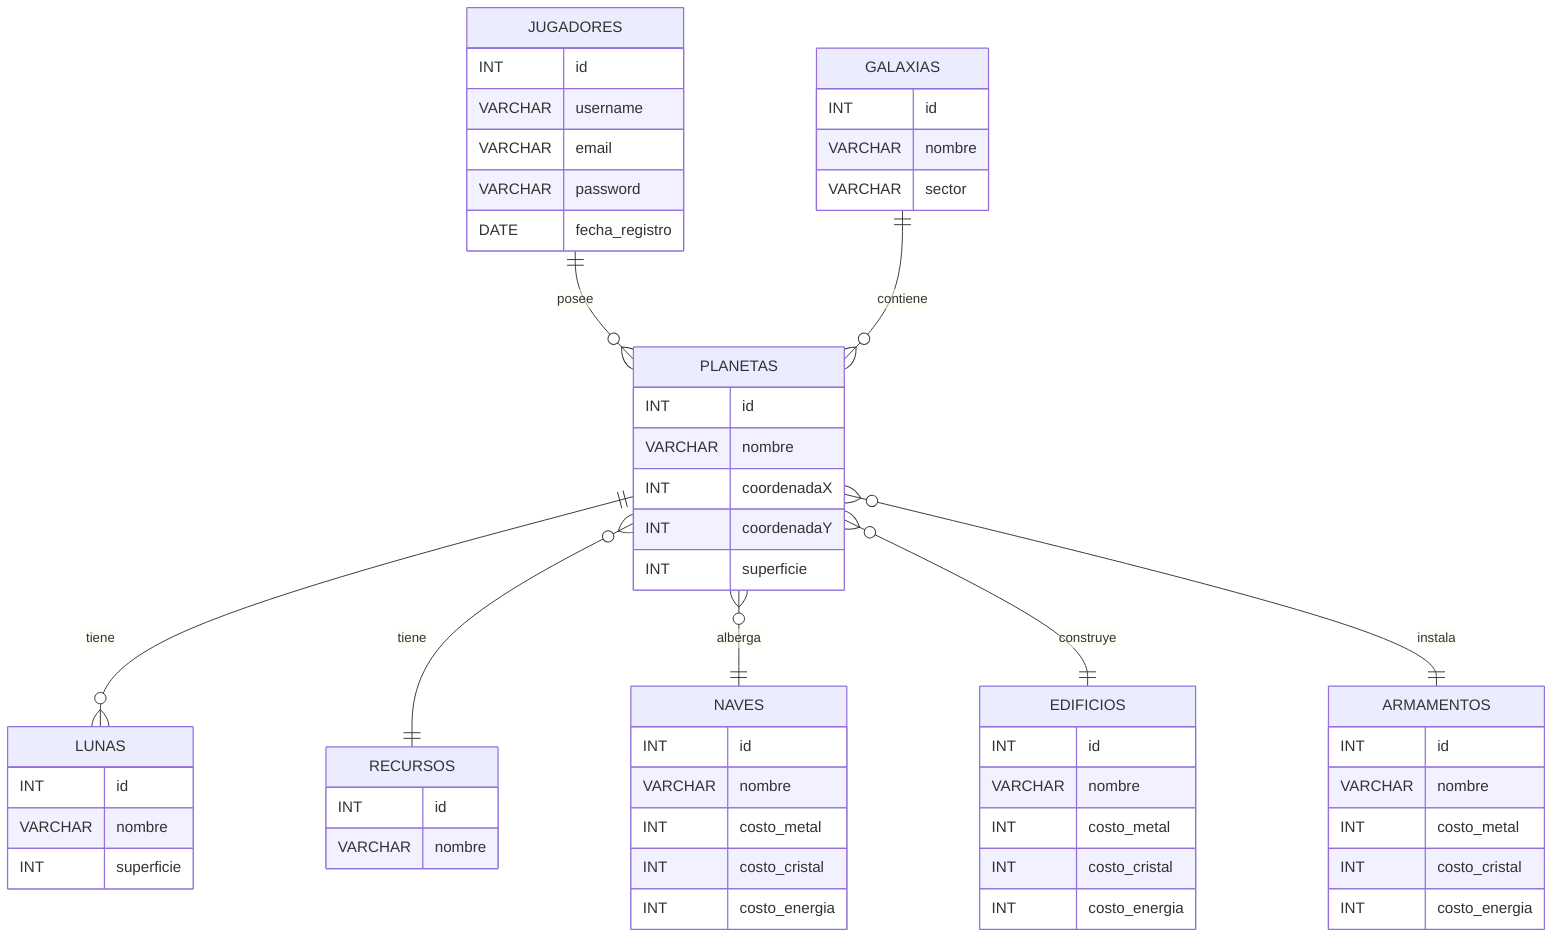
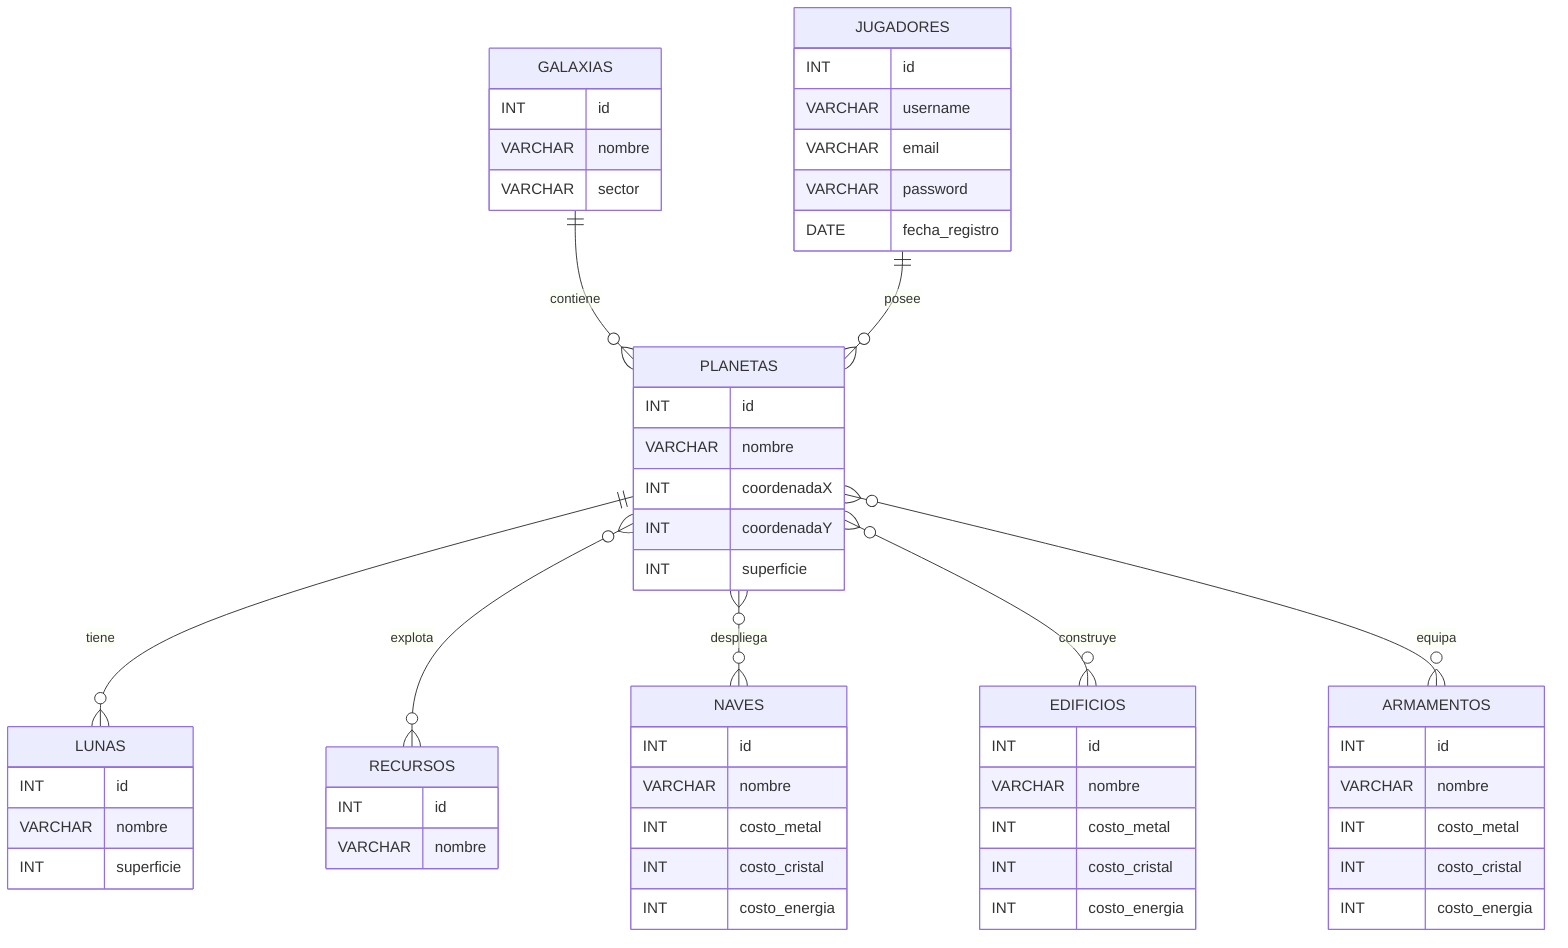
- %% Diagrama Entidad-Relación (D.E.R.) - Proyecto Imperio
- %% Diagrama conceptual: Solo entidades y relaciones (sin tablas intermedias, sin FK)
- %% Este es el verdadero D.E.R. que muestra solo las entidades y sus relaciones conceptuales
+ %% DER Conceptual del proyecto "Imperio"
+ %% Entidades puras con atributos (sin FK ni tablas intermedias)

erDiagram
-     JUGADORES ||--o{ PLANETAS : "posee"
-     GALAXIAS ||--o{ PLANETAS : "contiene"
-     PLANETAS ||--o{ LUNAS : "tiene"
- 
-     PLANETAS }o--|| RECURSOS : "tiene"
-     PLANETAS }o--|| NAVES : "alberga"
-     PLANETAS }o--|| EDIFICIOS : "construye"
-     PLANETAS }o--|| ARMAMENTOS : "instala"
- 
    JUGADORES {
        INT id
        VARCHAR username
        VARCHAR email
        VARCHAR password
        DATE fecha_registro
    }

    GALAXIAS {
        INT id
        VARCHAR nombre
        VARCHAR sector
    }

    PLANETAS {
        INT id
        VARCHAR nombre
        INT coordenadaX
        INT coordenadaY
-         INT superficie
-     }
- 
-     LUNAS {
-         INT id
-         VARCHAR nombre
        INT superficie
    }

    RECURSOS {
        INT id
        VARCHAR nombre
    }

    NAVES {
        INT id
        VARCHAR nombre
        INT costo_metal
        INT costo_cristal
        INT costo_energia
    }

    EDIFICIOS {
        INT id
        VARCHAR nombre
        INT costo_metal
        INT costo_cristal
        INT costo_energia
    }

    ARMAMENTOS {
        INT id
        VARCHAR nombre
        INT costo_metal
        INT costo_cristal
        INT costo_energia
    }
+ 
+     LUNAS {
+         INT id
+         VARCHAR nombre
+         INT superficie
+     }
+ 
+     GALAXIAS ||--o{ PLANETAS : contiene
+     JUGADORES ||--o{ PLANETAS : posee
+     PLANETAS ||--o{ LUNAS : tiene
+     PLANETAS }o--o{ RECURSOS : explota
+     PLANETAS }o--o{ NAVES : despliega
+     PLANETAS }o--o{ EDIFICIOS : construye
+     PLANETAS }o--o{ ARMAMENTOS : equipa
